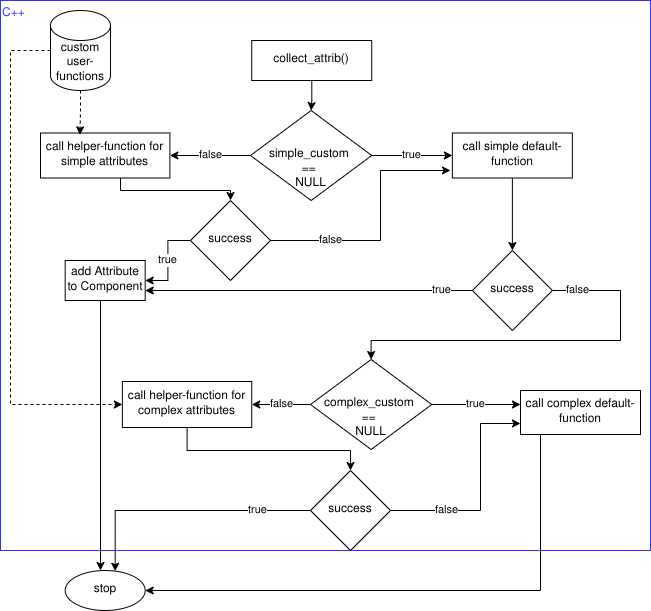
Earlier version of the draw.io export figures/Attribute_from_xml.png (W1therhunter/tum-thesis-latex). Source tidied: cells renumbered, new cells last; positions are measured from the earlier drawing's top-left corner, leaving out a move shared by most shapes.
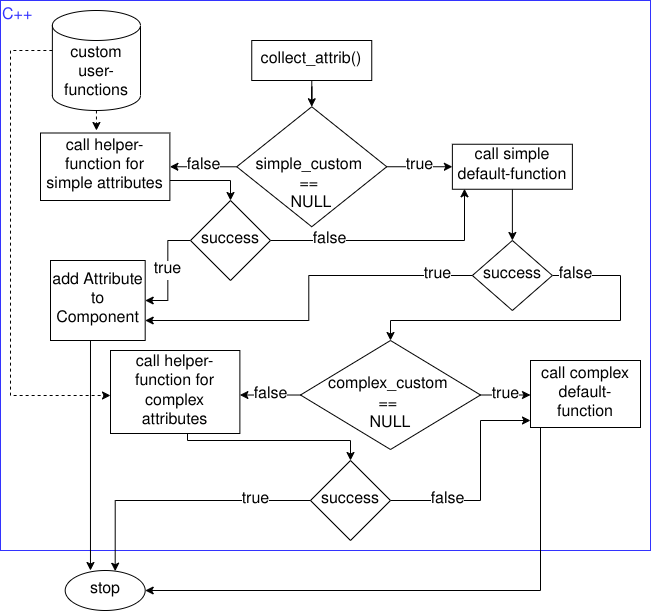
After the commit.

Diff of the diagram source:
```diff
@@ -2,69 +2,72 @@
   <root>
     <mxCell id="0" />
     <mxCell id="1" parent="0" />
-    <mxCell id="2" value="&lt;font style=&quot;color: rgb(51, 51, 255);&quot;&gt;C++&lt;/font&gt;" style="rounded=0;whiteSpace=wrap;html=1;gradientColor=default;fillColor=none;align=left;verticalAlign=top;fontColor=#009900;strokeColor=#3333FF;" parent="1" vertex="1">
+    <mxCell id="2" value="&lt;font style=&quot;color: rgb(51, 51, 255);&quot;&gt;C++&lt;/font&gt;" style="rounded=0;whiteSpace=wrap;html=1;gradientColor=default;fillColor=none;align=left;verticalAlign=top;fontColor=#009900;strokeColor=#3333FF;fontSize=16;" parent="1" vertex="1">
       <mxGeometry width="650" height="550" as="geometry" />
     </mxCell>
-    <mxCell id="3" value="false" style="edgeStyle=orthogonalEdgeStyle;rounded=0;jettySize=auto;html=1;" parent="1" edge="1" source="5" target="7">
+    <mxCell id="3" value="false" style="edgeStyle=orthogonalEdgeStyle;rounded=0;jettySize=auto;html=1;fontSize=16;" parent="1" edge="1" source="5" target="7">
       <mxGeometry relative="1" as="geometry" />
     </mxCell>
-    <mxCell id="4" value="true" style="edgeStyle=orthogonalEdgeStyle;rounded=0;jettySize=auto;html=1;" parent="1" edge="1" source="5" target="9">
+    <mxCell id="4" value="true" style="edgeStyle=orthogonalEdgeStyle;rounded=0;jettySize=auto;html=1;fontSize=16;" parent="1" edge="1" source="5" target="9">
       <mxGeometry relative="1" as="geometry" />
     </mxCell>
-    <mxCell id="5" value="&lt;div&gt;&lt;br&gt;&lt;/div&gt;&lt;div&gt;&lt;br&gt;&lt;/div&gt;simple_custom&amp;nbsp;&lt;div&gt;==&amp;nbsp;&lt;/div&gt;&lt;div&gt;NULL&lt;/div&gt;" style="rhombus;whiteSpace=wrap;html=1;" parent="1" vertex="1">
-      <mxGeometry x="250" y="110" width="121.2" height="90" as="geometry" />
+    <mxCell id="5" value="&lt;div&gt;&lt;br&gt;&lt;/div&gt;&lt;div&gt;&lt;br&gt;&lt;/div&gt;simple_custom&amp;nbsp;&lt;div&gt;==&amp;nbsp;&lt;/div&gt;&lt;div&gt;NULL&lt;/div&gt;" style="rhombus;whiteSpace=wrap;html=1;fontSize=16;" parent="1" vertex="1">
+      <mxGeometry x="236.2" y="106.2" width="150" height="120" as="geometry" />
     </mxCell>
-    <mxCell id="6" style="edgeStyle=orthogonalEdgeStyle;rounded=0;jettySize=auto;html=1;entryX=0.5;entryY=0;entryDx=0;entryDy=0;" parent="1" edge="1" source="7" target="12">
+    <mxCell id="6" style="edgeStyle=orthogonalEdgeStyle;rounded=0;jettySize=auto;html=1;entryX=0.5;entryY=0;entryDx=0;entryDy=0;fontSize=16;" parent="1" edge="1" source="7" target="12">
       <mxGeometry relative="1" as="geometry">
         <Array as="points">
-          <mxPoint x="120" y="190" />
-          <mxPoint x="230" y="190" />
+          <mxPoint x="230" y="180" />
         </Array>
       </mxGeometry>
     </mxCell>
-    <mxCell id="7" value="call helper-function for simple attributes" style="whiteSpace=wrap;html=1;" parent="1" vertex="1">
-      <mxGeometry x="40" y="132.5" width="129.4" height="45" as="geometry" />
+    <mxCell id="7" value="call helper-function for simple attributes" style="whiteSpace=wrap;html=1;fontSize=16;" parent="1" vertex="1">
+      <mxGeometry x="40" y="132.5" width="129.4" height="67.5" as="geometry" />
     </mxCell>
-    <mxCell id="8" style="edgeStyle=orthogonalEdgeStyle;rounded=0;jettySize=auto;html=1;" parent="1" edge="1" source="9" target="15">
+    <mxCell id="8" style="edgeStyle=orthogonalEdgeStyle;rounded=0;jettySize=auto;html=1;fontSize=16;" parent="1" edge="1" source="9" target="15">
       <mxGeometry relative="1" as="geometry" />
     </mxCell>
-    <mxCell id="9" value="call simple default-function" style="whiteSpace=wrap;html=1;" parent="1" vertex="1">
-      <mxGeometry x="451.9" y="132.5" width="120" height="45" as="geometry" />
+    <mxCell id="9" value="call simple default-function" style="whiteSpace=wrap;html=1;fontSize=16;" parent="1" vertex="1">
+      <mxGeometry x="451.9" y="143.8" width="120" height="45" as="geometry" />
     </mxCell>
-    <mxCell id="10" value="false" style="edgeStyle=orthogonalEdgeStyle;rounded=0;jettySize=auto;html=1;" parent="1" edge="1" source="12">
+    <mxCell id="10" value="false" style="edgeStyle=orthogonalEdgeStyle;rounded=0;jettySize=auto;html=1;fontSize=16;entryX=0.098;entryY=0.99;entryDx=0;entryDy=0;entryPerimeter=0;" parent="1" edge="1" source="12" target="9">
       <mxGeometry x="-0.52" relative="1" as="geometry">
-        <mxPoint x="450" y="170" as="targetPoint" />
         <Array as="points">
-          <mxPoint x="380" y="240" />
-          <mxPoint x="380" y="170" />
+          <mxPoint x="464" y="240" />
+          <mxPoint x="464" y="188" />
         </Array>
       </mxGeometry>
     </mxCell>
-    <mxCell id="11" value="true" style="edgeStyle=orthogonalEdgeStyle;rounded=0;jettySize=auto;html=1;entryX=1;entryY=0.5;entryDx=0;entryDy=0;" parent="1" edge="1" source="12" target="24">
+    <mxCell id="11" value="true" style="edgeStyle=orthogonalEdgeStyle;rounded=0;jettySize=auto;html=1;entryX=1;entryY=0.5;entryDx=0;entryDy=0;fontSize=16;" parent="1" edge="1" source="12" target="24">
       <mxGeometry relative="1" as="geometry" />
     </mxCell>
-    <mxCell id="12" value="success" style="rhombus;whiteSpace=wrap;html=1;" parent="1" vertex="1">
+    <mxCell id="12" value="success" style="rhombus;whiteSpace=wrap;html=1;fontSize=16;" parent="1" vertex="1">
       <mxGeometry x="190" y="200" width="80" height="80" as="geometry" />
     </mxCell>
-    <mxCell id="13" value="false" style="edgeStyle=orthogonalEdgeStyle;rounded=0;jettySize=auto;html=1;entryX=0.5;entryY=0;entryDx=0;entryDy=0;" parent="1" edge="1" source="15" target="18">
+    <mxCell id="13" value="false" style="edgeStyle=orthogonalEdgeStyle;rounded=0;jettySize=auto;html=1;entryX=0.5;entryY=0;entryDx=0;entryDy=0;fontSize=16;" parent="1" edge="1" source="15" target="18">
       <mxGeometry x="-0.87" relative="1" as="geometry">
         <Array as="points">
-          <mxPoint x="620" y="290" />
-          <mxPoint x="620" y="340" />
-          <mxPoint x="371" y="340" />
+          <mxPoint x="620" y="275" />
+          <mxPoint x="620" y="320" />
+          <mxPoint x="390" y="320" />
         </Array>
       </mxGeometry>
     </mxCell>
-    <mxCell id="14" value="true" style="edgeStyle=orthogonalEdgeStyle;rounded=0;jettySize=auto;html=1;entryX=1;entryY=0.75;entryDx=0;entryDy=0;" parent="1" edge="1" source="15" target="24">
+    <mxCell id="14" value="true" style="edgeStyle=orthogonalEdgeStyle;rounded=0;jettySize=auto;html=1;entryX=1;entryY=0.75;entryDx=0;entryDy=0;fontSize=16;" parent="1" edge="1" source="15" target="24">
       <mxGeometry x="-0.81" relative="1" as="geometry" />
     </mxCell>
-    <mxCell id="15" value="success" style="rhombus;whiteSpace=wrap;html=1;" parent="1" vertex="1">
-      <mxGeometry x="471.9" y="250" width="80" height="80" as="geometry" />
+    <mxCell id="15" value="success" style="rhombus;whiteSpace=wrap;html=1;fontSize=16;" parent="1" vertex="1">
+      <mxGeometry x="471.9" y="240" width="80" height="70" as="geometry" />
     </mxCell>
-    <mxCell id="16" value="false" style="edgeStyle=orthogonalEdgeStyle;rounded=0;jettySize=auto;html=1;" parent="1" edge="1" source="18" target="20">
-      <mxGeometry relative="1" as="geometry" />
+    <mxCell id="16" value="false" style="edgeStyle=orthogonalEdgeStyle;rounded=0;jettySize=auto;html=1;fontSize=16;" parent="1" edge="1" source="18" target="20">
+      <mxGeometry relative="1" as="geometry">
+        <Array as="points">
+          <mxPoint x="260" y="395" />
+          <mxPoint x="260" y="395" />
+        </Array>
+      </mxGeometry>
     </mxCell>
-    <mxCell id="17" value="true" style="edgeStyle=orthogonalEdgeStyle;rounded=0;jettySize=auto;html=1;" parent="1" edge="1" source="18" target="22">
+    <mxCell id="17" value="true" style="edgeStyle=orthogonalEdgeStyle;rounded=0;jettySize=auto;html=1;fontSize=16;" parent="1" edge="1" source="18" target="22">
       <mxGeometry relative="1" as="geometry">
         <Array as="points">
           <mxPoint x="440" y="404" />
@@ -72,84 +75,85 @@
         </Array>
       </mxGeometry>
     </mxCell>
-    <mxCell id="18" value="&lt;div&gt;&lt;br&gt;&lt;/div&gt;&lt;div&gt;&lt;br&gt;&lt;/div&gt;complex_custom&amp;nbsp;&lt;div&gt;==&amp;nbsp;&lt;/div&gt;&lt;div&gt;NULL&lt;/div&gt;" style="rhombus;whiteSpace=wrap;html=1;" parent="1" vertex="1">
-      <mxGeometry x="310" y="359" width="121.2" height="90" as="geometry" />
+    <mxCell id="18" value="&lt;div&gt;&lt;br&gt;&lt;/div&gt;complex_custom&amp;nbsp;&lt;div&gt;==&amp;nbsp;&lt;/div&gt;&lt;div&gt;NULL&lt;/div&gt;" style="rhombus;whiteSpace=wrap;html=1;fontSize=16;" parent="1" vertex="1">
+      <mxGeometry x="300" y="340" width="180" height="109" as="geometry" />
     </mxCell>
-    <mxCell id="19" style="edgeStyle=orthogonalEdgeStyle;rounded=0;jettySize=auto;html=1;" parent="1" edge="1" source="20" target="26">
+    <mxCell id="19" style="edgeStyle=orthogonalEdgeStyle;rounded=0;jettySize=auto;html=1;fontSize=16;" parent="1" edge="1" source="20" target="26">
       <mxGeometry relative="1" as="geometry">
         <Array as="points">
-          <mxPoint x="187" y="450" />
-          <mxPoint x="350" y="450" />
+          <mxPoint x="187" y="440" />
+          <mxPoint x="350" y="440" />
         </Array>
       </mxGeometry>
     </mxCell>
-    <mxCell id="20" value="call helper-function for complex attributes" style="whiteSpace=wrap;html=1;" parent="1" vertex="1">
-      <mxGeometry x="121.9" y="381" width="129.4" height="46" as="geometry" />
+    <mxCell id="20" value="call helper-function for complex attributes" style="whiteSpace=wrap;html=1;fontSize=16;" parent="1" vertex="1">
+      <mxGeometry x="110" y="350" width="129.4" height="83" as="geometry" />
     </mxCell>
-    <mxCell id="21" style="edgeStyle=orthogonalEdgeStyle;rounded=0;jettySize=auto;html=1;entryX=1;entryY=0.5;entryDx=0;entryDy=0;" parent="1" edge="1" source="22" target="33">
+    <mxCell id="21" style="edgeStyle=orthogonalEdgeStyle;rounded=0;jettySize=auto;html=1;entryX=1;entryY=0.5;entryDx=0;entryDy=0;fontSize=16;" parent="1" edge="1" source="22" target="33">
       <mxGeometry relative="1" as="geometry">
         <Array as="points">
           <mxPoint x="540" y="590" />
         </Array>
       </mxGeometry>
     </mxCell>
-    <mxCell id="22" value="call complex default-function" style="whiteSpace=wrap;html=1;" parent="1" vertex="1">
-      <mxGeometry x="520" y="390" width="120" height="44" as="geometry" />
+    <mxCell id="22" value="call complex default-function" style="whiteSpace=wrap;html=1;fontSize=16;" parent="1" vertex="1">
+      <mxGeometry x="530" y="360" width="110" height="67" as="geometry" />
     </mxCell>
-    <mxCell id="23" style="edgeStyle=orthogonalEdgeStyle;rounded=0;orthogonalLoop=1;jettySize=auto;html=1;entryX=0.5;entryY=0;entryDx=0;entryDy=0;" parent="1" edge="1">
+    <mxCell id="23" style="edgeStyle=orthogonalEdgeStyle;rounded=0;jettySize=auto;html=1;fontSize=16;entryX=0.316;entryY=0;entryDx=0;entryDy=0;entryPerimeter=0;" parent="1" edge="1" target="33">
       <mxGeometry relative="1" as="geometry">
         <mxPoint x="80" y="300" as="sourcePoint" />
-        <mxPoint x="100" y="570" as="targetPoint" />
         <Array as="points">
-          <mxPoint x="100" y="300" />
+          <mxPoint x="90" y="300" />
         </Array>
       </mxGeometry>
     </mxCell>
-    <mxCell id="24" value="add Attribute&lt;div&gt;to Component&lt;/div&gt;" style="rounded=0;whiteSpace=wrap;html=1;" parent="1" vertex="1">
-      <mxGeometry x="64.7" y="260" width="80" height="40" as="geometry" />
+    <mxCell id="24" value="add Attribute&lt;div&gt;to Component&lt;/div&gt;" style="rounded=0;whiteSpace=wrap;html=1;fontSize=16;" parent="1" vertex="1">
+      <mxGeometry x="50" y="260" width="94.7" height="80" as="geometry" />
     </mxCell>
-    <mxCell id="25" value="false" style="edgeStyle=orthogonalEdgeStyle;rounded=0;jettySize=auto;html=1;entryX=0;entryY=0.75;entryDx=0;entryDy=0;" parent="1" edge="1" source="26" target="22">
+    <mxCell id="25" value="false" style="edgeStyle=orthogonalEdgeStyle;rounded=0;jettySize=auto;html=1;fontSize=16;" parent="1" edge="1" source="26">
       <mxGeometry x="-0.49" relative="1" as="geometry">
+        <mxPoint x="530" y="420" as="targetPoint" />
         <Array as="points">
-          <mxPoint x="480" y="510" />
-          <mxPoint x="480" y="423" />
+          <mxPoint x="480" y="500" />
+          <mxPoint x="480" y="420" />
         </Array>
       </mxGeometry>
     </mxCell>
-    <mxCell id="26" value="success" style="rhombus;whiteSpace=wrap;html=1;" parent="1" vertex="1">
-      <mxGeometry x="310" y="470" width="80" height="80" as="geometry" />
+    <mxCell id="26" value="success" style="rhombus;whiteSpace=wrap;html=1;fontSize=16;" parent="1" vertex="1">
+      <mxGeometry x="310" y="460" width="80" height="80" as="geometry" />
     </mxCell>
-    <mxCell id="27" style="edgeStyle=orthogonalEdgeStyle;rounded=0;jettySize=auto;html=1;entryX=0.5;entryY=0;entryDx=0;entryDy=0;" parent="1" edge="1" source="28" target="5">
+    <mxCell id="27" style="edgeStyle=orthogonalEdgeStyle;rounded=0;jettySize=auto;html=1;entryX=0.5;entryY=0;entryDx=0;entryDy=0;fontSize=16;" parent="1" edge="1" source="28" target="5">
       <mxGeometry relative="1" as="geometry" />
     </mxCell>
-    <mxCell id="28" value="collect_attrib()" style="rounded=0;whiteSpace=wrap;html=1;" parent="1" vertex="1">
+    <mxCell id="28" value="collect_attrib()" style="rounded=0;whiteSpace=wrap;html=1;fontSize=16;" parent="1" vertex="1">
       <mxGeometry x="251.2" y="40" width="120" height="40" as="geometry" />
     </mxCell>
-    <mxCell id="29" style="edgeStyle=orthogonalEdgeStyle;rounded=0;orthogonalLoop=1;jettySize=auto;html=1;exitX=0.5;exitY=1;exitDx=0;exitDy=0;" parent="1" edge="1">
+    <mxCell id="29" style="edgeStyle=orthogonalEdgeStyle;rounded=0;orthogonalLoop=1;jettySize=auto;html=1;exitX=0.5;exitY=1;exitDx=0;exitDy=0;fontSize=16;" parent="1" edge="1">
       <mxGeometry relative="1" as="geometry">
         <mxPoint x="465" y="30" as="sourcePoint" />
         <mxPoint x="465" y="30" as="targetPoint" />
       </mxGeometry>
     </mxCell>
-    <mxCell id="30" style="edgeStyle=orthogonalEdgeStyle;rounded=0;jettySize=auto;html=1;entryX=0.305;entryY=0.042;entryDx=0;entryDy=0;entryPerimeter=0;dashed=1;" parent="1" edge="1" source="31" target="7">
-      <mxGeometry relative="1" as="geometry" />
-    </mxCell>
-    <mxCell id="31" value="custom user-functions" style="shape=cylinder3;whiteSpace=wrap;html=1;boundedLbl=1;backgroundOutline=1;size=15;" parent="1" vertex="1">
-      <mxGeometry x="50" y="10" width="60" height="80" as="geometry" />
+    <mxCell id="31" value="custom user-functions" style="shape=cylinder3;whiteSpace=wrap;html=1;boundedLbl=1;backgroundOutline=1;size=15;fontSize=16;" parent="1" vertex="1">
+      <mxGeometry x="51.9" y="10" width="88.1" height="100" as="geometry" />
     </mxCell>
-    <mxCell id="32" style="edgeStyle=orthogonalEdgeStyle;rounded=0;jettySize=auto;html=1;entryX=0;entryY=0.5;entryDx=0;entryDy=0;dashed=1;" parent="1" edge="1" source="31" target="20">
+    <mxCell id="32" style="edgeStyle=orthogonalEdgeStyle;rounded=0;jettySize=auto;html=1;dashed=1;fontSize=16;" parent="1" edge="1" source="31">
       <mxGeometry relative="1" as="geometry">
+        <mxPoint x="110" y="395" as="targetPoint" />
         <Array as="points">
           <mxPoint x="10" y="50" />
-          <mxPoint x="10" y="404" />
+          <mxPoint x="10" y="395" />
         </Array>
       </mxGeometry>
     </mxCell>
-    <mxCell id="33" value="stop" style="ellipse;whiteSpace=wrap;html=1;" parent="1" vertex="1">
+    <mxCell id="33" value="stop" style="ellipse;whiteSpace=wrap;html=1;fontSize=16;" parent="1" vertex="1">
       <mxGeometry x="64.7" y="570" width="80" height="40" as="geometry" />
     </mxCell>
-    <mxCell id="34" value="true" style="edgeStyle=orthogonalEdgeStyle;rounded=0;jettySize=auto;html=1;entryX=0.625;entryY=0.018;entryDx=0;entryDy=0;entryPerimeter=0;" parent="1" edge="1" source="26" target="33">
+    <mxCell id="34" value="true" style="edgeStyle=orthogonalEdgeStyle;rounded=0;jettySize=auto;html=1;entryX=0.625;entryY=0.018;entryDx=0;entryDy=0;entryPerimeter=0;fontSize=16;" parent="1" edge="1" source="26" target="33">
       <mxGeometry x="-0.59" relative="1" as="geometry" />
     </mxCell>
+    <mxCell id="30" style="edgeStyle=orthogonalEdgeStyle;rounded=0;jettySize=auto;html=1;entryX=0.429;entryY=-0.024;entryDx=0;entryDy=0;entryPerimeter=0;dashed=1;" parent="1" edge="1" source="31" target="7">
+      <mxGeometry relative="1" as="geometry" />
+    </mxCell>
   </root>
 </mxGraphModel>
```
